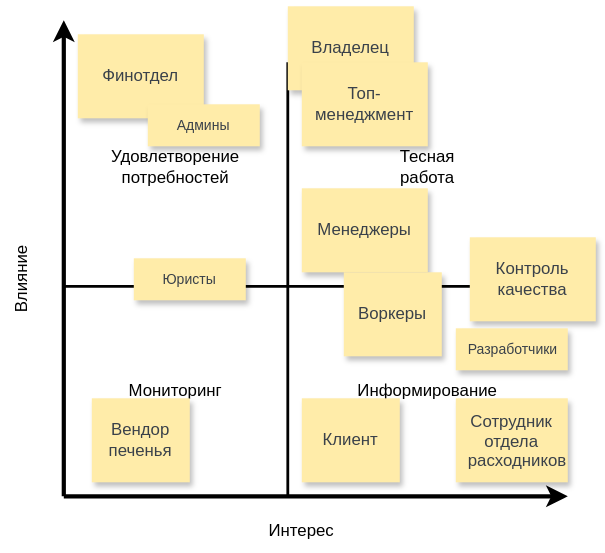
The draw.io diagram Power-Interest Grid.svg in jnzz/MCF, before a commit. Source tidied: cells renumbered, new cells last; positions are measured from the earlier drawing's top-left corner, leaving out a move shared by most shapes.
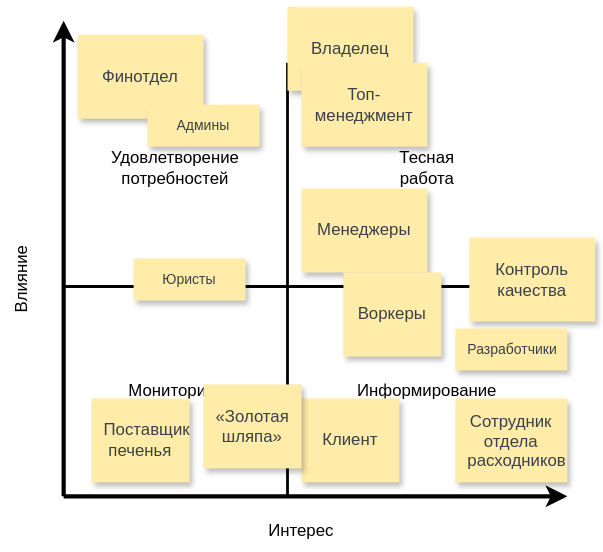
Above is the later version.

Diff of the diagram source:
```diff
@@ -53,7 +53,7 @@
     <mxCell id="14" value="Контроль качества" style="html=1;overflow=block;blockSpacing=1;whiteSpace=wrap;shadow=1;fontSize=12;fontColor=#3a414a;spacing=9;strokeColor=none;strokeOpacity=100;fillColor=#FFECA9;strokeWidth=0;lucidId=poOMKIs.5_XG;" parent="1" vertex="1">
       <mxGeometry x="350" y="165" width="90" height="60" as="geometry" />
     </mxCell>
-    <mxCell id="15" value="Вендор печенья" style="html=1;overflow=block;blockSpacing=1;whiteSpace=wrap;shadow=1;fontSize=12;fontColor=#3a414a;spacing=9;strokeColor=none;strokeOpacity=100;fillColor=#FFECA9;strokeWidth=0;lucidId=poOMKIs.5_XG;" parent="1" vertex="1">
+    <mxCell id="15" value="Поставщик печенья" style="html=1;overflow=block;blockSpacing=1;whiteSpace=wrap;shadow=1;fontSize=12;fontColor=#3a414a;spacing=9;strokeColor=none;strokeOpacity=100;fillColor=#FFECA9;strokeWidth=0;lucidId=poOMKIs.5_XG;" parent="1" vertex="1">
       <mxGeometry x="80" y="280" width="70" height="60" as="geometry" />
     </mxCell>
     <mxCell id="16" value="Разработчики" style="html=1;overflow=block;blockSpacing=1;whiteSpace=wrap;shadow=1;fontSize=10;fontColor=#3a414a;spacing=9;strokeColor=none;strokeOpacity=100;fillColor=#FFECA9;strokeWidth=0;lucidId=poOMKIs.5_XG;" parent="1" vertex="1">
@@ -80,5 +80,8 @@
     <mxCell id="23" value="Юристы" style="html=1;overflow=block;blockSpacing=1;whiteSpace=wrap;shadow=1;fontSize=10;fontColor=#3a414a;spacing=9;strokeColor=none;strokeOpacity=100;fillColor=#FFECA9;strokeWidth=0;lucidId=poOMKIs.5_XG;" parent="1" vertex="1">
       <mxGeometry x="110" y="180" width="80" height="30" as="geometry" />
     </mxCell>
+    <mxCell id="24" value="«Золотая шляпа»" style="html=1;overflow=block;blockSpacing=1;whiteSpace=wrap;shadow=1;fontSize=12;fontColor=#3a414a;spacing=9;strokeColor=none;strokeOpacity=100;fillColor=#FFECA9;strokeWidth=0;lucidId=poOMKIs.5_XG;" parent="1" vertex="1">
+      <mxGeometry x="160" y="270" width="70" height="60" as="geometry" />
+    </mxCell>
   </root>
 </mxGraphModel>
```
